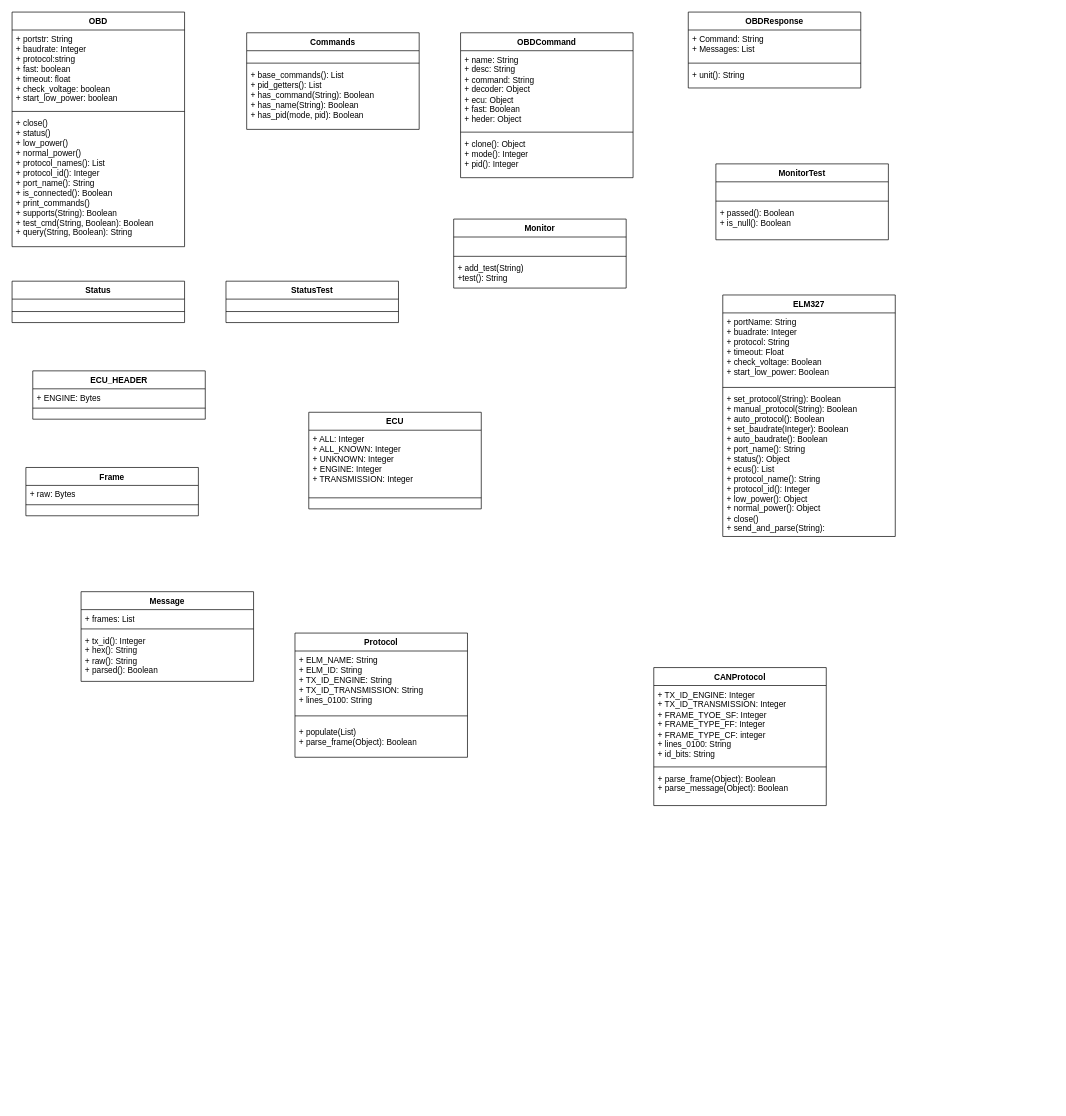
This is docs/python-OBD.drawio from ironiot/bcit-issp, a draw.io file, before an edit. Source tidied: cells renumbered, new cells numbered last; positions are measured from the earlier drawing's top-left corner, leaving out a move shared by most shapes. Both pictures are drawn from the tidied source at 69%, with x=0, y=0 at pixel (12, 12).
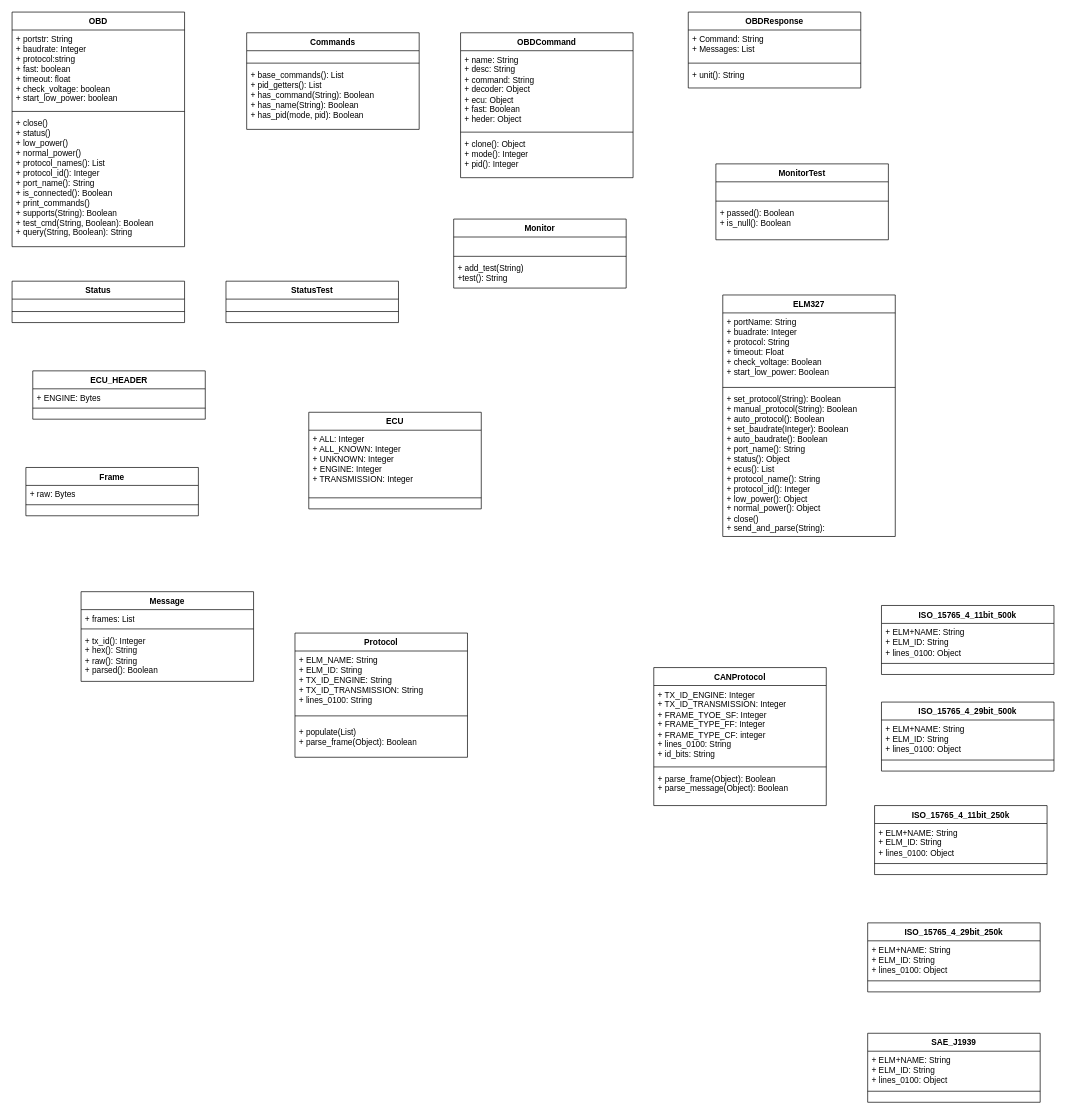
The same diagram, later.

Commit message (it also covers changes not shown here):
added a UML class diagram for ISO_15765_4_11bit_500k, ISO_15765_4_29bit_500k, ISO_15765_4_11bit_250k, ISO_15765_4_29bit_250k, SAE_J1939  classes

Diff of the diagram source:
```diff
@@
+    <mxCell id="62" value="ISO_15765_4_11bit_500k" style="swimlane;fontStyle=1;align=center;verticalAlign=top;horizontal=1;startSize=26;whiteSpace=wrap;html=1;" parent="1" vertex="1">
+      <mxGeometry x="1260" y="860" width="250" height="100" as="geometry" />
+    </mxCell>
+    <mxCell id="63" value="+ ELM+NAME: String&lt;div&gt;+ ELM_ID: String&lt;/div&gt;&lt;div&gt;+ lines_0100: Object&lt;/div&gt;" style="text;strokeColor=none;fillColor=none;align=left;verticalAlign=top;spacingLeft=4;spacingRight=4;overflow=hidden;whiteSpace=wrap;html=1;" parent="62" vertex="1">
+      <mxGeometry y="26" width="250" height="54" as="geometry" />
+    </mxCell>
+    <mxCell id="64" style="line;strokeWidth=1;fillColor=none;align=left;verticalAlign=middle;spacingTop=-1;spacingLeft=3;spacingRight=3;labelPosition=right;strokeColor=inherit;" parent="62" vertex="1">
+      <mxGeometry y="80" width="250" height="8" as="geometry" />
+    </mxCell>
+    <mxCell id="65" value="&lt;div&gt;&lt;br&gt;&lt;/div&gt;" style="text;strokeColor=none;fillColor=none;align=left;verticalAlign=top;spacingLeft=4;spacingRight=4;overflow=hidden;whiteSpace=wrap;html=1;" parent="62" vertex="1">
+      <mxGeometry y="88" width="250" height="12" as="geometry" />
+    </mxCell>
+    <mxCell id="66" value="ISO_15765_4_29bit_500k" style="swimlane;fontStyle=1;align=center;verticalAlign=top;horizontal=1;startSize=26;whiteSpace=wrap;html=1;" parent="1" vertex="1">
+      <mxGeometry x="1260" y="1000" width="250" height="100" as="geometry" />
+    </mxCell>
+    <mxCell id="67" value="+ ELM+NAME: String&lt;div&gt;+ ELM_ID: String&lt;/div&gt;&lt;div&gt;+ lines_0100: Object&lt;/div&gt;" style="text;strokeColor=none;fillColor=none;align=left;verticalAlign=top;spacingLeft=4;spacingRight=4;overflow=hidden;whiteSpace=wrap;html=1;" parent="66" vertex="1">
+      <mxGeometry y="26" width="250" height="54" as="geometry" />
+    </mxCell>
+    <mxCell id="68" style="line;strokeWidth=1;fillColor=none;align=left;verticalAlign=middle;spacingTop=-1;spacingLeft=3;spacingRight=3;labelPosition=right;strokeColor=inherit;" parent="66" vertex="1">
+      <mxGeometry y="80" width="250" height="8" as="geometry" />
+    </mxCell>
+    <mxCell id="69" value="&lt;div&gt;&lt;br&gt;&lt;/div&gt;" style="text;strokeColor=none;fillColor=none;align=left;verticalAlign=top;spacingLeft=4;spacingRight=4;overflow=hidden;whiteSpace=wrap;html=1;" parent="66" vertex="1">
+      <mxGeometry y="88" width="250" height="12" as="geometry" />
+    </mxCell>
+    <mxCell id="70" value="ISO_15765_4_11bit_250k" style="swimlane;fontStyle=1;align=center;verticalAlign=top;horizontal=1;startSize=26;whiteSpace=wrap;html=1;" parent="1" vertex="1">
+      <mxGeometry x="1250" y="1150" width="250" height="100" as="geometry" />
+    </mxCell>
+    <mxCell id="71" value="+ ELM+NAME: String&lt;div&gt;+ ELM_ID: String&lt;/div&gt;&lt;div&gt;+ lines_0100: Object&lt;/div&gt;" style="text;strokeColor=none;fillColor=none;align=left;verticalAlign=top;spacingLeft=4;spacingRight=4;overflow=hidden;whiteSpace=wrap;html=1;" parent="70" vertex="1">
+      <mxGeometry y="26" width="250" height="54" as="geometry" />
+    </mxCell>
+    <mxCell id="72" style="line;strokeWidth=1;fillColor=none;align=left;verticalAlign=middle;spacingTop=-1;spacingLeft=3;spacingRight=3;labelPosition=right;strokeColor=inherit;" parent="70" vertex="1">
+      <mxGeometry y="80" width="250" height="8" as="geometry" />
+    </mxCell>
+    <mxCell id="73" value="&lt;div&gt;&lt;br&gt;&lt;/div&gt;" style="text;strokeColor=none;fillColor=none;align=left;verticalAlign=top;spacingLeft=4;spacingRight=4;overflow=hidden;whiteSpace=wrap;html=1;" parent="70" vertex="1">
+      <mxGeometry y="88" width="250" height="12" as="geometry" />
+    </mxCell>
+    <mxCell id="74" value="ISO_15765_4_29bit_250k" style="swimlane;fontStyle=1;align=center;verticalAlign=top;horizontal=1;startSize=26;whiteSpace=wrap;html=1;" parent="1" vertex="1">
+      <mxGeometry x="1240" y="1320" width="250" height="100" as="geometry" />
+    </mxCell>
+    <mxCell id="75" value="+ ELM+NAME: String&lt;div&gt;+ ELM_ID: String&lt;/div&gt;&lt;div&gt;+ lines_0100: Object&lt;/div&gt;" style="text;strokeColor=none;fillColor=none;align=left;verticalAlign=top;spacingLeft=4;spacingRight=4;overflow=hidden;whiteSpace=wrap;html=1;" parent="74" vertex="1">
+      <mxGeometry y="26" width="250" height="54" as="geometry" />
+    </mxCell>
+    <mxCell id="76" style="line;strokeWidth=1;fillColor=none;align=left;verticalAlign=middle;spacingTop=-1;spacingLeft=3;spacingRight=3;labelPosition=right;strokeColor=inherit;" parent="74" vertex="1">
+      <mxGeometry y="80" width="250" height="8" as="geometry" />
+    </mxCell>
+    <mxCell id="77" value="&lt;div&gt;&lt;br&gt;&lt;/div&gt;" style="text;strokeColor=none;fillColor=none;align=left;verticalAlign=top;spacingLeft=4;spacingRight=4;overflow=hidden;whiteSpace=wrap;html=1;" parent="74" vertex="1">
+      <mxGeometry y="88" width="250" height="12" as="geometry" />
+    </mxCell>
+    <mxCell id="78" value="SAE_J1939" style="swimlane;fontStyle=1;align=center;verticalAlign=top;horizontal=1;startSize=26;whiteSpace=wrap;html=1;" parent="1" vertex="1">
+      <mxGeometry x="1240" y="1480" width="250" height="100" as="geometry" />
+    </mxCell>
+    <mxCell id="79" value="+ ELM+NAME: String&lt;div&gt;+ ELM_ID: String&lt;/div&gt;&lt;div&gt;+ lines_0100: Object&lt;/div&gt;" style="text;strokeColor=none;fillColor=none;align=left;verticalAlign=top;spacingLeft=4;spacingRight=4;overflow=hidden;whiteSpace=wrap;html=1;" parent="78" vertex="1">
+      <mxGeometry y="26" width="250" height="54" as="geometry" />
+    </mxCell>
+    <mxCell id="80" style="line;strokeWidth=1;fillColor=none;align=left;verticalAlign=middle;spacingTop=-1;spacingLeft=3;spacingRight=3;labelPosition=right;strokeColor=inherit;" parent="78" vertex="1">
+      <mxGeometry y="80" width="250" height="8" as="geometry" />
+    </mxCell>
+    <mxCell id="81" value="&lt;div&gt;&lt;br&gt;&lt;/div&gt;" style="text;strokeColor=none;fillColor=none;align=left;verticalAlign=top;spacingLeft=4;spacingRight=4;overflow=hidden;whiteSpace=wrap;html=1;" parent="78" vertex="1">
+      <mxGeometry y="88" width="250" height="12" as="geometry" />
+    </mxCell>
```
